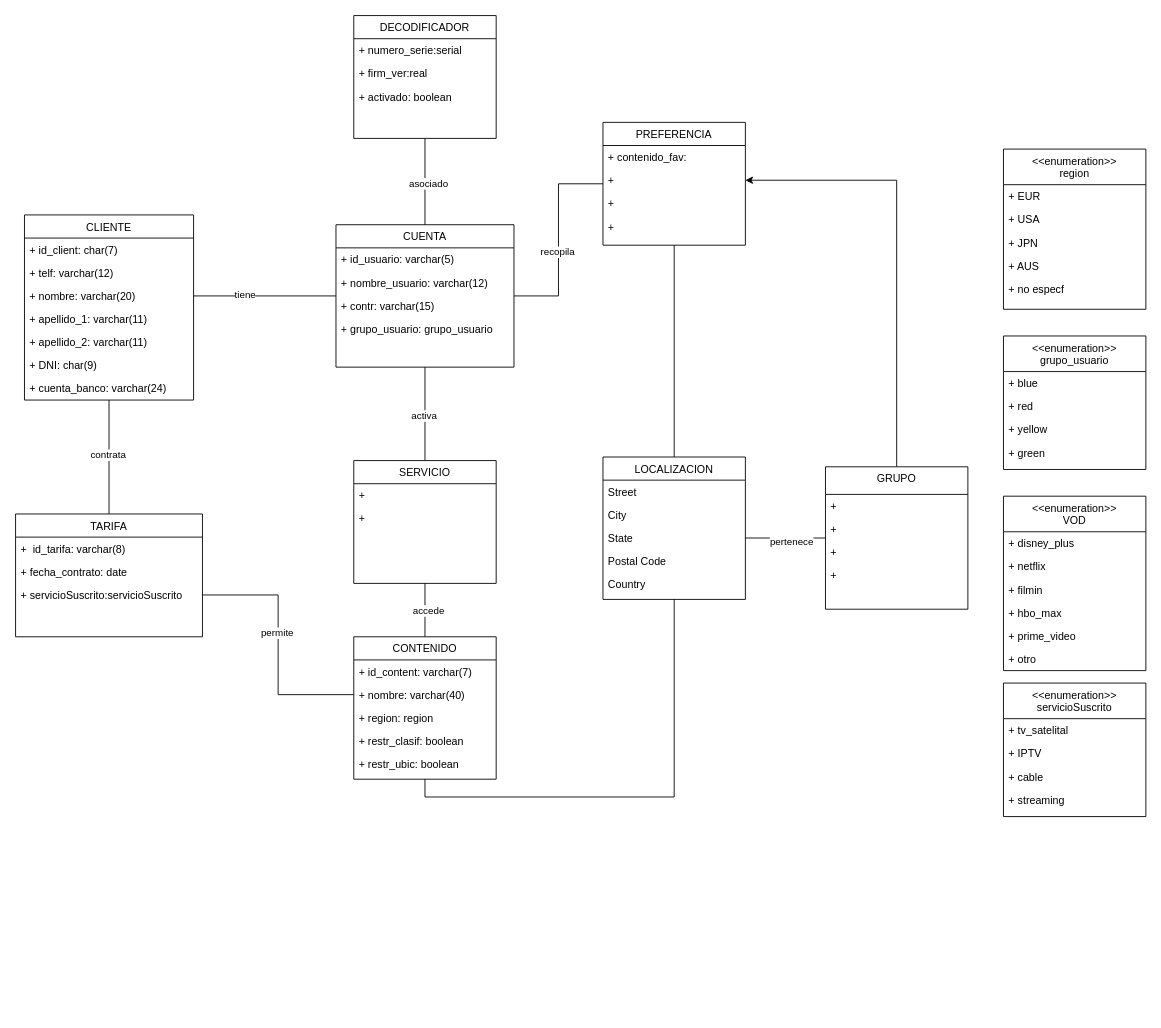
This is PROYECTO1.drawio from NyanCat6886/BasesDeDatosETSITGC, a draw.io file, before an edit. Source tidied: cells renumbered, new cells numbered last; positions are measured from the earlier drawing's top-left corner, leaving out a move shared by most shapes. Both pictures are drawn from the tidied source at 89%, with x=0, y=0 at pixel (15, 15).
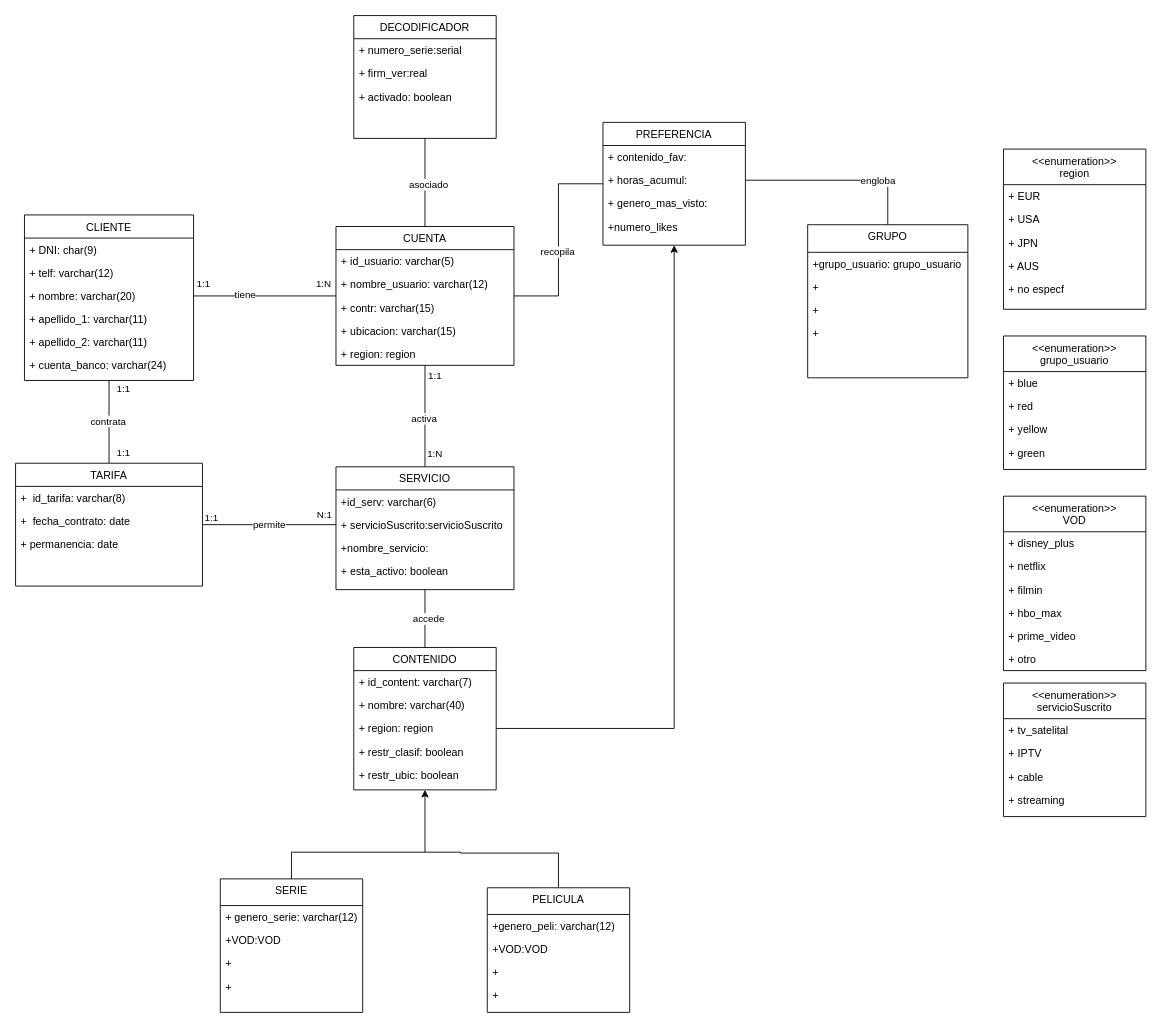
The same diagram, later.

The change refers to these unchanged cells:
```xml
<mxCell id="2" style="edgeStyle=orthogonalEdgeStyle;rounded=0;jettySize=auto;html=1;exitX=0.5;exitY=1;exitDx=0;exitDy=0;entryX=0.5;entryY=0;entryDx=0;entryDy=0;endArrow=none;endFill=0;" parent="1" edge="1" source="4" target="45">
  <mxGeometry relative="1" as="geometry" />
</mxCell>
<mxCell id="13" value="PREFERENCIA" style="swimlane;fontStyle=0;align=center;verticalAlign=top;horizontal=1;startSize=26;rounded=0;shadow=0;strokeWidth=1;" parent="1" vertex="1">
  <mxGeometry x="660" y="120" width="160" height="138" as="geometry" />
</mxCell>
<mxCell id="18" style="edgeStyle=orthogonalEdgeStyle;rounded=0;jettySize=auto;html=1;exitX=0.5;exitY=1;exitDx=0;exitDy=0;entryX=0.5;entryY=0;entryDx=0;entryDy=0;endArrow=none;endFill=0;" parent="1" edge="1" source="22" target="42">
  <mxGeometry relative="1" as="geometry" />
</mxCell>
<mxCell id="32" value="+ nombre: varchar(40)" style="text;align=left;verticalAlign=top;spacingLeft=4;spacingRight=4;overflow=hidden;points=[[0,0.5],[1,0.5]];portConstraint=eastwest;rounded=0;shadow=0;html=0;" parent="30" vertex="1">
  <mxGeometry y="52" width="160" height="26" as="geometry" />
</mxCell>
<mxCell id="33" value="+ region: region" style="text;align=left;verticalAlign=top;spacingLeft=4;spacingRight=4;overflow=hidden;points=[[0,0.5],[1,0.5]];portConstraint=eastwest;rounded=0;shadow=0;html=0;" parent="30" vertex="1">
  <mxGeometry y="78" width="160" height="26" as="geometry" />
</mxCell>
<mxCell id="62" style="edgeStyle=orthogonalEdgeStyle;rounded=0;jettySize=auto;html=1;exitX=1;exitY=0.5;exitDx=0;exitDy=0;entryX=0;entryY=0.5;entryDx=0;entryDy=0;endArrow=none;endFill=0;" parent="1" edge="1" source="7" target="22">
  <mxGeometry relative="1" as="geometry" />
</mxCell>
```

Change to the diagram source:
```diff
@@
+    <mxCell id="91" value="1:1" style="edgeLabel;html=1;align=center;verticalAlign=middle;" parent="2" vertex="1">
+      <mxGeometry x="-0.81" relative="1" as="geometry">
+        <mxPoint x="15" as="offset" />
+      </mxGeometry>
+    </mxCell>
+    <mxCell id="92" value="1:1" style="edgeLabel;html=1;align=center;verticalAlign=middle;" parent="2" vertex="1">
+      <mxGeometry x="-0.81" relative="1" as="geometry">
+        <mxPoint x="15" y="71" as="offset" />
+      </mxGeometry>
+    </mxCell>
     <mxCell id="4" value="CLIENTE" style="swimlane;fontStyle=0;align=center;verticalAlign=top;horizontal=1;startSize=26;rounded=0;shadow=0;strokeWidth=1;" parent="1" vertex="1">
-      <mxGeometry x="10" y="224" width="190" height="208" as="geometry" />
+      <mxGeometry x="10" y="224" width="190" height="186" as="geometry" />
     </mxCell>
-    <mxCell id="5" value="+ id_client: char(7)" style="text;align=left;verticalAlign=top;spacingLeft=4;spacingRight=4;overflow=hidden;" parent="4" vertex="1">
-      <mxGeometry y="26" width="190" height="26" as="geometry" />
-    </mxCell>
+    <mxCell id="10" value="+ DNI: char(9)" style="text;align=left;verticalAlign=top;spacingLeft=4;spacingRight=4;overflow=hidden;rounded=0;shadow=0;html=0;" parent="4" vertex="1">
+      <mxGeometry y="26" width="190" height="26" as="geometry" />
+    </mxCell>
@@
-    <mxCell id="10" value="+ DNI: char(9)" style="text;align=left;verticalAlign=top;spacingLeft=4;spacingRight=4;overflow=hidden;rounded=0;shadow=0;html=0;" parent="4" vertex="1">
-      <mxGeometry y="156" width="190" height="26" as="geometry" />
-    </mxCell>
     <mxCell id="11" value="+ cuenta_banco: varchar(24)" style="text;align=left;verticalAlign=top;spacingLeft=4;spacingRight=4;overflow=hidden;rounded=0;shadow=0;html=0;" parent="4" vertex="1">
-      <mxGeometry y="182" width="190" height="26" as="geometry" />
+      <mxGeometry y="156" width="190" height="26" as="geometry" />
     </mxCell>
@@
-    <mxCell id="15" value="+ " style="text;align=left;verticalAlign=top;spacingLeft=4;spacingRight=4;overflow=hidden;points=[[0,0.5],[1,0.5]];portConstraint=eastwest;rounded=0;shadow=0;html=0;" parent="13" vertex="1">
+    <mxCell id="15" value="+ horas_acumul: " style="text;align=left;verticalAlign=top;spacingLeft=4;spacingRight=4;overflow=hidden;points=[[0,0.5],[1,0.5]];portConstraint=eastwest;rounded=0;shadow=0;html=0;" parent="13" vertex="1">
       <mxGeometry y="52" width="160" height="26" as="geometry" />
     </mxCell>
-    <mxCell id="16" value="+" style="text;align=left;verticalAlign=top;spacingLeft=4;spacingRight=4;overflow=hidden;" parent="13" vertex="1">
+    <mxCell id="16" value="+ genero_mas_visto:" style="text;align=left;verticalAlign=top;spacingLeft=4;spacingRight=4;overflow=hidden;" parent="13" vertex="1">
       <mxGeometry y="78" width="160" height="26" as="geometry" />
     </mxCell>
-    <mxCell id="17" value="+" style="text;align=left;verticalAlign=top;spacingLeft=4;spacingRight=4;overflow=hidden;" parent="13" vertex="1">
+    <mxCell id="17" value="+numero_likes" style="text;align=left;verticalAlign=top;spacingLeft=4;spacingRight=4;overflow=hidden;" parent="13" vertex="1">
       <mxGeometry y="104" width="160" height="26" as="geometry" />
     </mxCell>
@@
+    <mxCell id="93" value="1:1" style="edgeLabel;html=1;align=center;verticalAlign=middle;" parent="18" vertex="1">
+      <mxGeometry x="-0.8" y="2" relative="1" as="geometry">
+        <mxPoint x="8" as="offset" />
+      </mxGeometry>
+    </mxCell>
+    <mxCell id="94" value="1:N" style="edgeLabel;html=1;align=center;verticalAlign=middle;" parent="18" vertex="1">
+      <mxGeometry x="0.73" relative="1" as="geometry">
+        <mxPoint x="10" as="offset" />
+      </mxGeometry>
+    </mxCell>
@@
     <mxCell id="22" value="CUENTA" style="swimlane;fontStyle=0;align=center;verticalAlign=top;horizontal=1;startSize=26;rounded=0;shadow=0;strokeWidth=1;" parent="1" vertex="1">
-      <mxGeometry x="360" y="235" width="200" height="160" as="geometry" />
+      <mxGeometry x="360" y="237" width="200" height="156" as="geometry" />
     </mxCell>
@@
-    <mxCell id="26" value="+ grupo_usuario: grupo_usuario" style="text;align=left;verticalAlign=top;spacingLeft=4;spacingRight=4;overflow=hidden;" parent="22" vertex="1">
-      <mxGeometry y="104" width="200" height="26" as="geometry" />
-    </mxCell>
+    <mxCell id="95" value="+ ubicacion: varchar(15)" style="text;align=left;verticalAlign=top;spacingLeft=4;spacingRight=4;overflow=hidden;" parent="22" vertex="1">
+      <mxGeometry y="104" width="200" height="26" as="geometry" />
+    </mxCell>
+    <mxCell id="96" value="+ region: region" style="text;align=left;verticalAlign=top;spacingLeft=4;spacingRight=4;overflow=hidden;" parent="22" vertex="1">
+      <mxGeometry y="130" width="200" height="26" as="geometry" />
+    </mxCell>
@@
-    <mxCell id="29" style="edgeStyle=orthogonalEdgeStyle;rounded=0;jettySize=auto;html=1;exitX=0.5;exitY=1;exitDx=0;exitDy=0;entryX=0.5;entryY=1;entryDx=0;entryDy=0;endArrow=none;endFill=0;" parent="1" edge="1" source="30" target="50">
-      <mxGeometry relative="1" as="geometry" />
-    </mxCell>
     <mxCell id="30" value="CONTENIDO " style="swimlane;fontStyle=0;align=center;verticalAlign=top;horizontal=1;startSize=26;rounded=0;shadow=0;strokeWidth=1;" parent="1" vertex="1">
-      <mxGeometry x="380" y="698" width="160" height="160" as="geometry" />
+      <mxGeometry x="380" y="710" width="160" height="160" as="geometry" />
     </mxCell>
@@
     <mxCell id="42" value="SERVICIO" style="swimlane;fontStyle=0;align=center;verticalAlign=top;horizontal=1;startSize=26;rounded=0;shadow=0;strokeWidth=1;" parent="1" vertex="1">
-      <mxGeometry x="380" y="500" width="160" height="138" as="geometry" />
+      <mxGeometry x="360" y="507" width="200" height="138" as="geometry" />
     </mxCell>
-    <mxCell id="43" value="+ " style="text;align=left;verticalAlign=top;spacingLeft=4;spacingRight=4;overflow=hidden;" parent="42" vertex="1">
-      <mxGeometry y="26" width="160" height="26" as="geometry" />
+    <mxCell id="43" value="+id_serv: varchar(6)" style="text;align=left;verticalAlign=top;spacingLeft=4;spacingRight=4;overflow=hidden;" parent="42" vertex="1">
+      <mxGeometry y="26" width="200" height="26" as="geometry" />
     </mxCell>
-    <mxCell id="44" value="+ " style="text;align=left;verticalAlign=top;spacingLeft=4;spacingRight=4;overflow=hidden;points=[[0,0.5],[1,0.5]];portConstraint=eastwest;rounded=0;shadow=0;html=0;" parent="42" vertex="1">
-      <mxGeometry y="52" width="160" height="26" as="geometry" />
+    <mxCell id="44" value="+ servicioSuscrito:servicioSuscrito" style="text;align=left;verticalAlign=top;spacingLeft=4;spacingRight=4;overflow=hidden;points=[[0,0.5],[1,0.5]];portConstraint=eastwest;rounded=0;shadow=0;html=0;" parent="42" vertex="1">
+      <mxGeometry y="52" width="200" height="26" as="geometry" />
     </mxCell>
+    <mxCell id="97" value="+nombre_servicio:" style="text;align=left;verticalAlign=top;spacingLeft=4;spacingRight=4;overflow=hidden;rounded=0;shadow=0;html=0;" parent="42" vertex="1">
+      <mxGeometry y="78" width="200" height="26" as="geometry" />
+    </mxCell>
+    <mxCell id="98" value="+ esta_activo: boolean" style="text;align=left;verticalAlign=top;spacingLeft=4;spacingRight=4;overflow=hidden;rounded=0;shadow=0;html=0;" parent="42" vertex="1">
+      <mxGeometry y="104" width="200" height="26" as="geometry" />
+    </mxCell>
+    <mxCell id="99" style="edgeStyle=orthogonalEdgeStyle;rounded=0;jettySize=auto;html=1;exitX=1;exitY=0.5;exitDx=0;exitDy=0;entryX=0;entryY=0.5;entryDx=0;entryDy=0;endArrow=none;endFill=0;" parent="1" edge="1" source="45" target="44">
+      <mxGeometry relative="1" as="geometry" />
+    </mxCell>
+    <mxCell id="65" value="permite" style="edgeLabel;html=1;align=center;verticalAlign=middle;" parent="99" vertex="1">
+      <mxGeometry x="-0.02" y="1" relative="1" as="geometry" />
+    </mxCell>
+    <mxCell id="100" value="1:1" style="edgeLabel;html=1;align=center;verticalAlign=middle;" parent="99" vertex="1">
+      <mxGeometry x="-0.88" y="-1" relative="1" as="geometry">
+        <mxPoint y="-10" as="offset" />
+      </mxGeometry>
+    </mxCell>
+    <mxCell id="101" value="N:1" style="edgeLabel;html=1;align=center;verticalAlign=middle;" parent="99" vertex="1">
+      <mxGeometry x="0.82" y="2" relative="1" as="geometry">
+        <mxPoint x="-1" y="-10" as="offset" />
+      </mxGeometry>
+    </mxCell>
     <mxCell id="45" value="TARIFA" style="swimlane;fontStyle=0;align=center;verticalAlign=top;horizontal=1;startSize=26;rounded=0;shadow=0;strokeWidth=1;" parent="1" vertex="1">
-      <mxGeometry y="560" width="210" height="138" as="geometry" />
+      <mxGeometry y="503" width="210" height="138" as="geometry" />
     </mxCell>
@@
-    <mxCell id="47" value="+ fecha_contrato: date" style="text;align=left;verticalAlign=top;spacingLeft=4;spacingRight=4;overflow=hidden;rounded=0;shadow=0;html=0;" parent="45" vertex="1">
+    <mxCell id="47" value="+  fecha_contrato: date" style="text;align=left;verticalAlign=top;spacingLeft=4;spacingRight=4;overflow=hidden;rounded=0;shadow=0;html=0;" parent="45" vertex="1">
       <mxGeometry y="52" width="210" height="26" as="geometry" />
     </mxCell>
-    <mxCell id="48" value="+ servicioSuscrito:servicioSuscrito" style="text;align=left;verticalAlign=top;spacingLeft=4;spacingRight=4;overflow=hidden;points=[[0,0.5],[1,0.5]];portConstraint=eastwest;rounded=0;shadow=0;html=0;" parent="45" vertex="1">
-      <mxGeometry y="78" width="210" height="26" as="geometry" />
-    </mxCell>
-    <mxCell id="49" style="edgeStyle=orthogonalEdgeStyle;rounded=0;jettySize=auto;html=1;exitX=0.5;exitY=0;exitDx=0;exitDy=0;entryX=0.5;entryY=1;entryDx=0;entryDy=0;endArrow=none;endFill=0;" parent="1" edge="1" source="50" target="13">
-      <mxGeometry relative="1" as="geometry" />
-    </mxCell>
-    <mxCell id="50" value="LOCALIZACION" style="swimlane;fontStyle=0;align=center;verticalAlign=top;horizontal=1;startSize=26;rounded=0;shadow=0;strokeWidth=1;" parent="1" vertex="1">
-      <mxGeometry x="660" y="496" width="160" height="160" as="geometry" />
-    </mxCell>
-    <mxCell id="51" value="Street" style="text;align=left;verticalAlign=top;spacingLeft=4;spacingRight=4;overflow=hidden;" parent="50" vertex="1">
-      <mxGeometry y="26" width="160" height="26" as="geometry" />
-    </mxCell>
-    <mxCell id="52" value="City" style="text;align=left;verticalAlign=top;spacingLeft=4;spacingRight=4;overflow=hidden;rounded=0;shadow=0;html=0;" parent="50" vertex="1">
-      <mxGeometry y="52" width="160" height="26" as="geometry" />
-    </mxCell>
-    <mxCell id="53" value="State" style="text;align=left;verticalAlign=top;spacingLeft=4;spacingRight=4;overflow=hidden;points=[[0,0.5],[1,0.5]];portConstraint=eastwest;rounded=0;shadow=0;html=0;" parent="50" vertex="1">
-      <mxGeometry y="78" width="160" height="26" as="geometry" />
-    </mxCell>
-    <mxCell id="54" value="Postal Code" style="text;align=left;verticalAlign=top;spacingLeft=4;spacingRight=4;overflow=hidden;rounded=0;shadow=0;html=0;" parent="50" vertex="1">
-      <mxGeometry y="104" width="160" height="26" as="geometry" />
-    </mxCell>
-    <mxCell id="55" value="Country" style="text;align=left;verticalAlign=top;spacingLeft=4;spacingRight=4;overflow=hidden;rounded=0;shadow=0;html=0;" parent="50" vertex="1">
-      <mxGeometry y="130" width="160" height="26" as="geometry" />
-    </mxCell>
+    <mxCell id="102" value="+ permanencia: date" style="text;align=left;verticalAlign=top;spacingLeft=4;spacingRight=4;overflow=hidden;rounded=0;shadow=0;html=0;" parent="45" vertex="1">
+      <mxGeometry y="78" width="210" height="26" as="geometry" />
+    </mxCell>
@@
-    <mxCell id="64" style="edgeStyle=orthogonalEdgeStyle;rounded=0;jettySize=auto;html=1;exitX=1;exitY=0.5;exitDx=0;exitDy=0;entryX=0;entryY=0.5;entryDx=0;entryDy=0;endArrow=none;endFill=0;" parent="1" edge="1" source="48" target="32">
-      <mxGeometry relative="1" as="geometry" />
-    </mxCell>
-    <mxCell id="65" value="permite" style="edgeLabel;html=1;align=center;verticalAlign=middle;" parent="64" vertex="1">
-      <mxGeometry x="-0.1" y="-1" relative="1" as="geometry">
-        <mxPoint x="-1" as="offset" />
-      </mxGeometry>
-    </mxCell>
-    <mxCell id="66" style="edgeStyle=orthogonalEdgeStyle;rounded=0;jettySize=auto;html=1;entryX=1;entryY=0.5;entryDx=0;entryDy=0;endArrow=none;endFill=0;" parent="1" edge="1" source="69" target="53">
-      <mxGeometry relative="1" as="geometry" />
-    </mxCell>
-    <mxCell id="67" value="pertenece" style="edgeLabel;html=1;align=center;verticalAlign=middle;" parent="66" vertex="1">
-      <mxGeometry x="-0.14" y="3" relative="1" as="geometry" />
-    </mxCell>
+    <mxCell id="103" value="1:1" style="edgeLabel;html=1;align=center;verticalAlign=middle;" parent="62" vertex="1">
+      <mxGeometry x="-0.69" y="-3" relative="1" as="geometry">
+        <mxPoint x="-15" y="-18" as="offset" />
+      </mxGeometry>
+    </mxCell>
+    <mxCell id="104" value="1:N" style="edgeLabel;html=1;align=center;verticalAlign=middle;" parent="62" vertex="1">
+      <mxGeometry x="0.81" relative="1" as="geometry">
+        <mxPoint y="-15" as="offset" />
+      </mxGeometry>
+    </mxCell>
-    <mxCell id="68" style="edgeStyle=orthogonalEdgeStyle;rounded=0;jettySize=auto;html=1;exitX=0.5;exitY=0;exitDx=0;exitDy=0;entryX=1;entryY=0.5;entryDx=0;entryDy=0;" parent="1" edge="1" source="69" target="15">
+    <mxCell id="68" style="edgeStyle=orthogonalEdgeStyle;rounded=0;jettySize=auto;html=1;exitX=0.5;exitY=0;exitDx=0;exitDy=0;entryX=1;entryY=0.5;entryDx=0;entryDy=0;endArrow=none;endFill=0;" parent="1" edge="1" source="69" target="15">
       <mxGeometry relative="1" as="geometry" />
     </mxCell>
+    <mxCell id="105" value="engloba" style="edgeLabel;html=1;align=center;verticalAlign=middle;" parent="68" vertex="1">
+      <mxGeometry x="-0.41" relative="1" as="geometry" />
+    </mxCell>
     <mxCell id="69" value="GRUPO" style="swimlane;fontStyle=0;align=center;verticalAlign=top;horizontal=1;startSize=31;rounded=0;shadow=0;strokeWidth=1;" parent="1" vertex="1">
-      <mxGeometry x="910" y="507" width="160" height="160" as="geometry" />
+      <mxGeometry x="890" y="235" width="180" height="172" as="geometry" />
     </mxCell>
-    <mxCell id="70" value="+ " style="text;align=left;verticalAlign=top;spacingLeft=4;spacingRight=4;overflow=hidden;rounded=0;shadow=0;html=0;" parent="69" vertex="1">
-      <mxGeometry y="31" width="160" height="26" as="geometry" />
+    <mxCell id="70" value="+grupo_usuario: grupo_usuario" style="text;align=left;verticalAlign=top;spacingLeft=4;spacingRight=4;overflow=hidden;rounded=0;shadow=0;html=0;" parent="69" vertex="1">
+      <mxGeometry y="31" width="180" height="26" as="geometry" />
     </mxCell>
     <mxCell id="71" value="+ " style="text;align=left;verticalAlign=top;spacingLeft=4;spacingRight=4;overflow=hidden;rounded=0;shadow=0;html=0;" parent="69" vertex="1">
-      <mxGeometry y="57" width="160" height="26" as="geometry" />
+      <mxGeometry y="57" width="180" height="26" as="geometry" />
     </mxCell>
     <mxCell id="72" value="+ " style="text;align=left;verticalAlign=top;spacingLeft=4;spacingRight=4;overflow=hidden;rounded=0;shadow=0;html=0;" parent="69" vertex="1">
-      <mxGeometry y="83" width="160" height="26" as="geometry" />
+      <mxGeometry y="83" width="180" height="26" as="geometry" />
     </mxCell>
     <mxCell id="73" value="+ " style="text;align=left;verticalAlign=top;spacingLeft=4;spacingRight=4;overflow=hidden;rounded=0;shadow=0;html=0;" parent="69" vertex="1">
-      <mxGeometry y="109" width="160" height="26" as="geometry" />
+      <mxGeometry y="109" width="180" height="26" as="geometry" />
     </mxCell>
@@
+    <mxCell id="106" style="edgeStyle=orthogonalEdgeStyle;rounded=0;jettySize=auto;html=1;exitX=0.5;exitY=0;exitDx=0;exitDy=0;endArrow=none;endFill=0;entryX=0.5;entryY=0;entryDx=0;entryDy=0;" parent="1" edge="1" source="107" target="112">
+      <mxGeometry relative="1" as="geometry">
+        <Array as="points">
+          <mxPoint x="310" y="940" />
+          <mxPoint x="500" y="940" />
+          <mxPoint x="500" y="941" />
+          <mxPoint x="610" y="941" />
+          <mxPoint x="610" y="960" />
+        </Array>
+      </mxGeometry>
+    </mxCell>
+    <mxCell id="107" value="SERIE" style="swimlane;fontStyle=0;align=center;verticalAlign=top;horizontal=1;startSize=30;rounded=0;shadow=0;strokeWidth=1;" parent="1" vertex="1">
+      <mxGeometry x="230" y="970" width="160" height="150" as="geometry" />
+    </mxCell>
+    <mxCell id="108" value="+ genero_serie: varchar(12)" style="text;align=left;verticalAlign=top;spacingLeft=4;spacingRight=4;overflow=hidden;rounded=0;shadow=0;html=0;" parent="107" vertex="1">
+      <mxGeometry y="30" width="160" height="26" as="geometry" />
+    </mxCell>
+    <mxCell id="109" value="+VOD:VOD" style="text;align=left;verticalAlign=top;spacingLeft=4;spacingRight=4;overflow=hidden;rounded=0;shadow=0;html=0;" parent="107" vertex="1">
+      <mxGeometry y="56" width="160" height="26" as="geometry" />
+    </mxCell>
+    <mxCell id="110" value="+ " style="text;align=left;verticalAlign=top;spacingLeft=4;spacingRight=4;overflow=hidden;rounded=0;shadow=0;html=0;" parent="107" vertex="1">
+      <mxGeometry y="82" width="160" height="26" as="geometry" />
+    </mxCell>
+    <mxCell id="111" value="+ " style="text;align=left;verticalAlign=top;spacingLeft=4;spacingRight=4;overflow=hidden;rounded=0;shadow=0;html=0;" parent="107" vertex="1">
+      <mxGeometry y="108" width="160" height="26" as="geometry" />
+    </mxCell>
+    <mxCell id="112" value="PELICULA" style="swimlane;fontStyle=0;align=center;verticalAlign=top;horizontal=1;startSize=30;rounded=0;shadow=0;strokeWidth=1;" parent="1" vertex="1">
+      <mxGeometry x="530" y="980" width="160" height="140" as="geometry" />
+    </mxCell>
+    <mxCell id="113" value="+genero_peli: varchar(12)" style="text;align=left;verticalAlign=top;spacingLeft=4;spacingRight=4;overflow=hidden;rounded=0;shadow=0;html=0;" parent="112" vertex="1">
+      <mxGeometry y="30" width="160" height="26" as="geometry" />
+    </mxCell>
+    <mxCell id="114" value="+VOD:VOD" style="text;align=left;verticalAlign=top;spacingLeft=4;spacingRight=4;overflow=hidden;rounded=0;shadow=0;html=0;" parent="112" vertex="1">
+      <mxGeometry y="56" width="160" height="26" as="geometry" />
+    </mxCell>
+    <mxCell id="115" value="+ " style="text;align=left;verticalAlign=top;spacingLeft=4;spacingRight=4;overflow=hidden;rounded=0;shadow=0;html=0;" parent="112" vertex="1">
+      <mxGeometry y="82" width="160" height="26" as="geometry" />
+    </mxCell>
+    <mxCell id="116" value="+ " style="text;align=left;verticalAlign=top;spacingLeft=4;spacingRight=4;overflow=hidden;rounded=0;shadow=0;html=0;" parent="112" vertex="1">
+      <mxGeometry y="108" width="160" height="26" as="geometry" />
+    </mxCell>
+    <mxCell id="117" style="endArrow=classic;html=1;rounded=0;entryX=0.5;entryY=1;entryDx=0;entryDy=0;" parent="1" edge="1" target="30">
+      <mxGeometry relative="1" as="geometry">
+        <mxPoint x="460" y="940" as="sourcePoint" />
+      </mxGeometry>
+    </mxCell>
+    <mxCell id="118" style="edgeStyle=orthogonalEdgeStyle;rounded=0;jettySize=auto;html=1;exitX=1;exitY=0.5;exitDx=0;exitDy=0;entryX=0.5;entryY=1;entryDx=0;entryDy=0;" parent="1" edge="1" source="33" target="13">
+      <mxGeometry relative="1" as="geometry" />
+    </mxCell>
```
